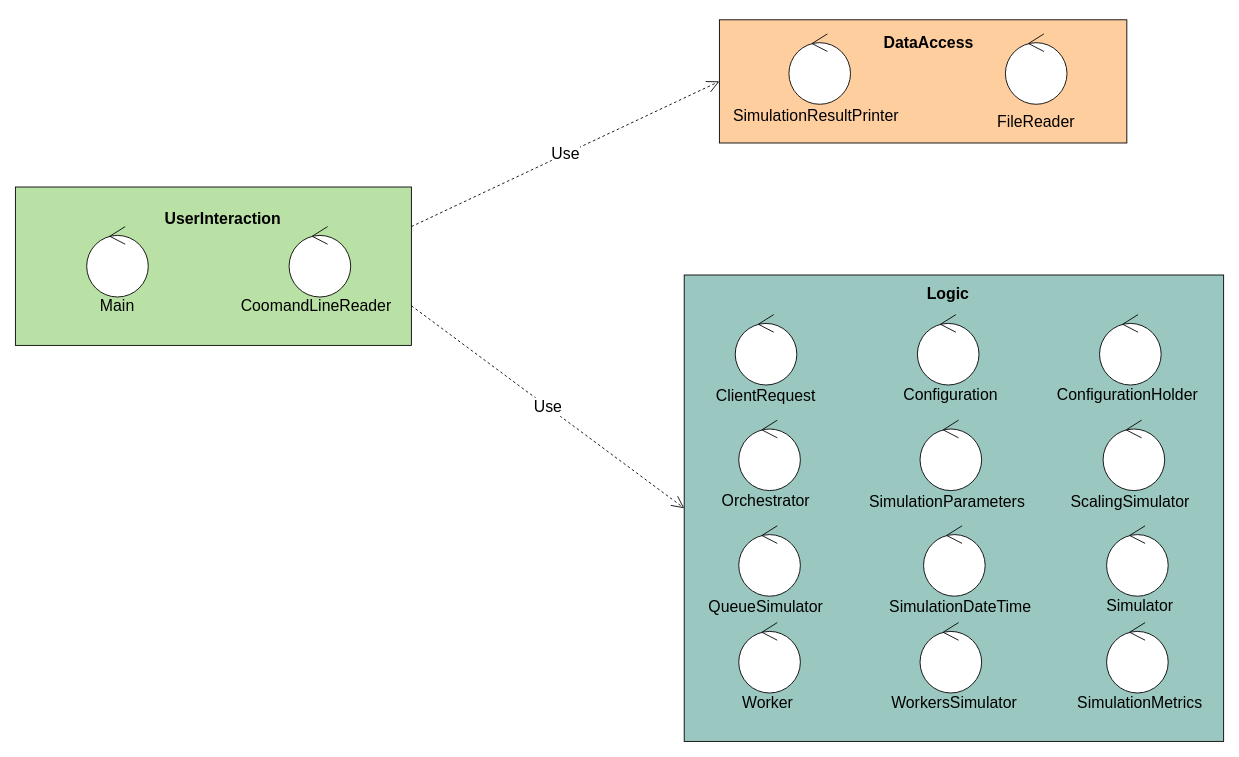
zwdOr20/PFE keeps this draw.io diagram as Diagms cdSource/diagram de conception generale.drawio. Above is the earlier version. Source tidied: cells renumbered, new cells numbered last; positions are measured from the earlier drawing's top-left corner, leaving out a move shared by most shapes. Both pictures are drawn from the tidied source at 88%, with x=0, y=0 at pixel (15, 19).
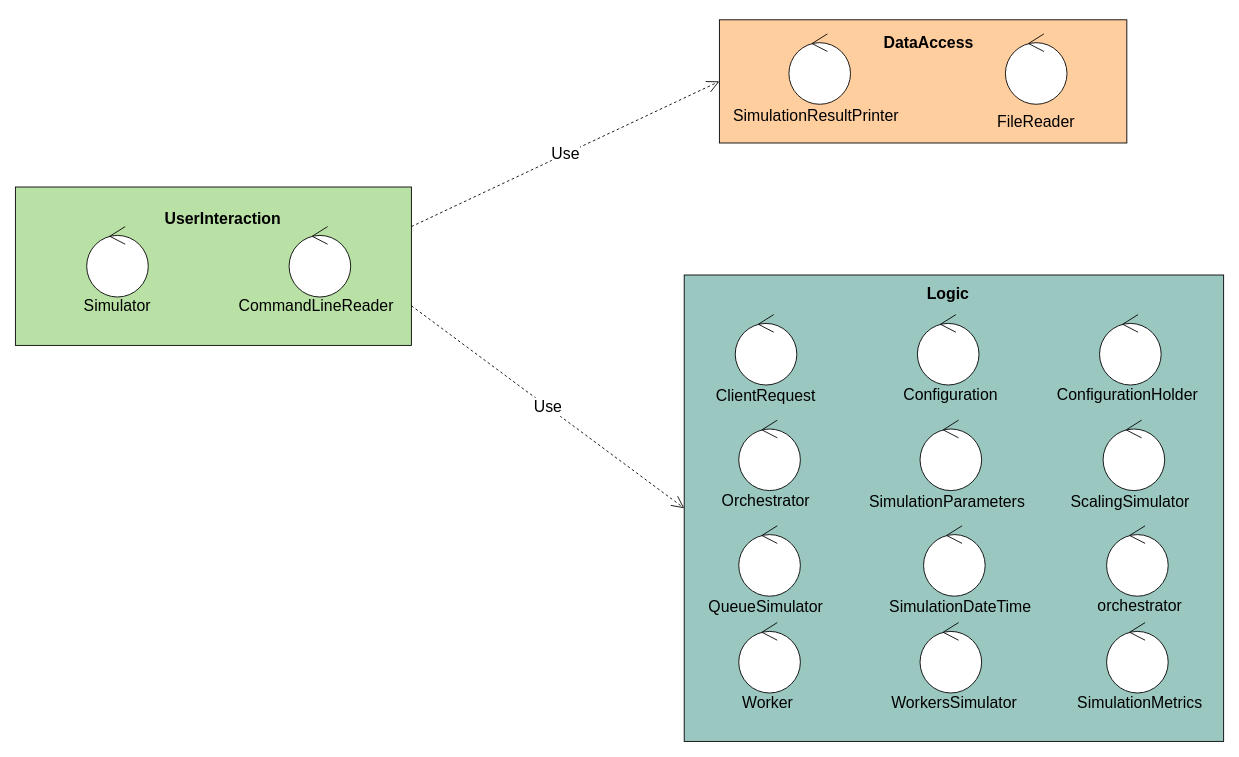
The same page after the edit.

What changed in the source:
```diff
@@
-    <mxCell id="6" value="&lt;font style=&quot;font-size: 18px&quot;&gt;CoomandLineReader&lt;/font&gt;" style="text;html=1;strokeColor=none;fillColor=none;align=center;verticalAlign=middle;whiteSpace=wrap;rounded=0;" parent="1" vertex="1">
+    <mxCell id="6" value="&lt;font style=&quot;font-size: 18px&quot;&gt;CommandLineReader&lt;/font&gt;" style="text;html=1;strokeColor=none;fillColor=none;align=center;verticalAlign=middle;whiteSpace=wrap;rounded=0;" parent="1" vertex="1">
       <mxGeometry x="272" y="315" width="140" height="20" as="geometry" />
     </mxCell>
@@
-    <mxCell id="8" value="&lt;font style=&quot;font-size: 18px&quot;&gt;Main&lt;/font&gt;" style="text;html=1;strokeColor=none;fillColor=none;align=center;verticalAlign=middle;whiteSpace=wrap;rounded=0;" parent="1" vertex="1">
+    <mxCell id="8" value="&lt;font style=&quot;font-size: 18px&quot;&gt;Simulator&lt;/font&gt;" style="text;html=1;strokeColor=none;fillColor=none;align=center;verticalAlign=middle;whiteSpace=wrap;rounded=0;" parent="1" vertex="1">
       <mxGeometry x="46" y="315" width="140" height="20" as="geometry" />
     </mxCell>
@@
-    <mxCell id="20" value="&lt;font style=&quot;font-size: 18px&quot;&gt;Simulator&lt;/font&gt;" style="text;html=1;strokeColor=none;fillColor=none;align=center;verticalAlign=middle;whiteSpace=wrap;rounded=0;" parent="1" vertex="1">
+    <mxCell id="20" value="&lt;span style=&quot;font-size: 18px&quot;&gt;orchestrator&lt;/span&gt;" style="text;html=1;strokeColor=none;fillColor=none;align=center;verticalAlign=middle;whiteSpace=wrap;rounded=0;" parent="1" vertex="1">
       <mxGeometry x="1208" y="656" width="140" height="20" as="geometry" />
     </mxCell>
```
